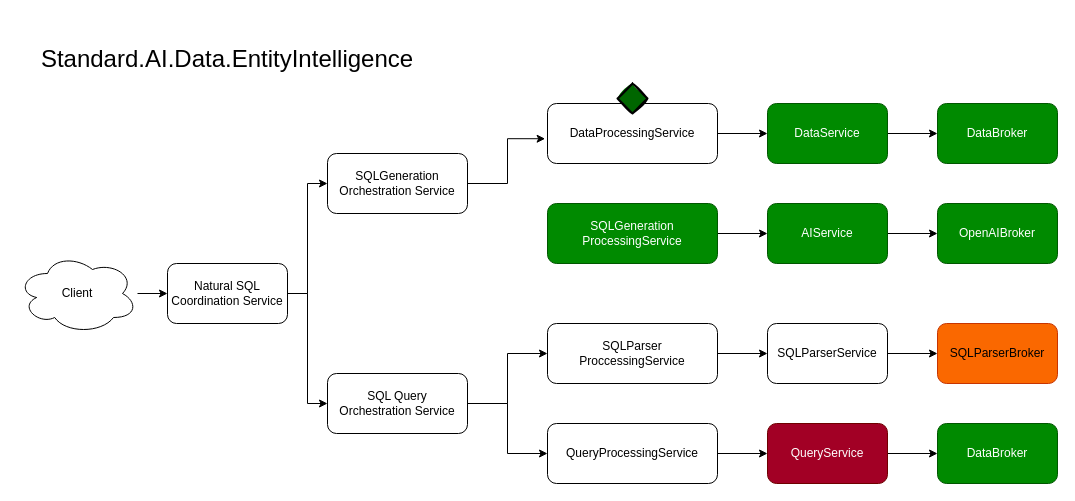
Earlier version of the draw.io diagram stateoftheproject.drawio (hassanhabib/Standard.AI.Data.EntityIntelligence). Source tidied: cells renumbered, new cells numbered last; positions are measured from the earlier drawing's top-left corner, leaving out a move shared by most shapes. Both pictures are drawn from the tidied source at 100%, with x=0, y=0 at pixel (17, 43).
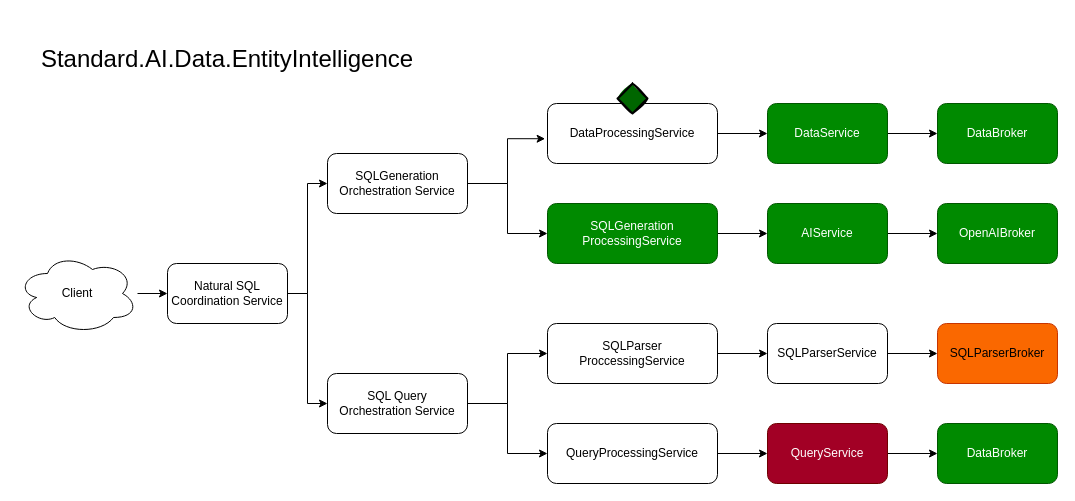
The same page after the edit.

Commit message (it also covers changes not shown here):
DOCUMENTATIONS: Update Project Status Diagram

Unchanged cells that the change refers to:
```xml
<mxCell id="17" value="SQLGeneration&lt;br&gt;ProcessingService" style="rounded=1;whiteSpace=wrap;html=1;fillColor=#008a00;fontColor=#ffffff;strokeColor=#005700;" parent="1" vertex="1">
  <mxGeometry x="530" y="160" width="170" height="60" as="geometry" />
</mxCell>
<mxCell id="22" value="SQLGeneration&lt;br&gt;Orchestration Service" style="rounded=1;whiteSpace=wrap;html=1;" parent="1" vertex="1">
  <mxGeometry x="310" y="110" width="140" height="60" as="geometry" />
</mxCell>
```

What changed in the source:
```diff
@@
+    <mxCell id="34" style="edgeStyle=orthogonalEdgeStyle;rounded=0;jettySize=auto;html=1;entryX=0;entryY=0.5;entryDx=0;entryDy=0;" parent="1" edge="1" source="22" target="17">
+      <mxGeometry relative="1" as="geometry" />
+    </mxCell>
```
